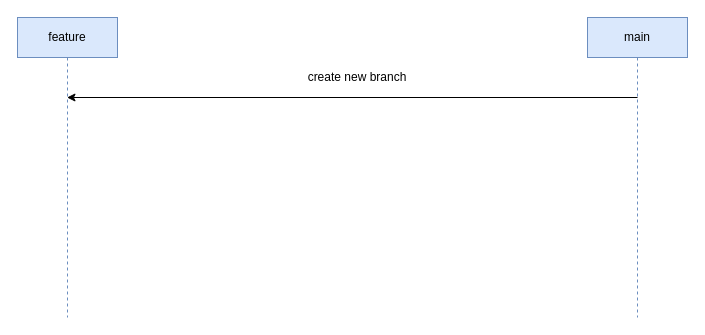
Above: Untitled Diagram.drawio in artemanpilogov/Public (draw.io), before the change. Source tidied: cells renumbered, new cells numbered last; positions are measured from the earlier drawing's top-left corner, leaving out a move shared by most shapes. Both pictures are drawn from the tidied source at 100%, with x=0, y=0 at pixel (17, 17).
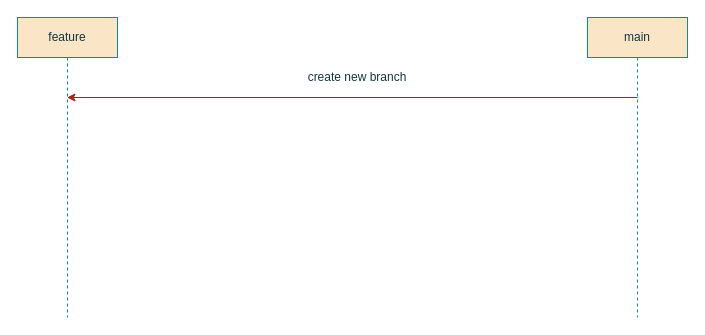
Above is the later version.

What changed in the source:
```diff
@@
 <mxGraphModel>
   <root>
     <mxCell id="0" />
     <mxCell id="1" parent="0" />
-    <mxCell id="2" value="feature" style="shape=umlLifeline;perimeter=lifelinePerimeter;whiteSpace=wrap;html=1;outlineConnect=0;portConstraint=eastwest;newEdgeStyle={&quot;edgeStyle&quot;:&quot;elbowEdgeStyle&quot;,&quot;elbow&quot;:&quot;vertical&quot;,&quot;curved&quot;:0,&quot;rounded&quot;:0};fillColor=#dae8fc;strokeColor=#6c8ebf;" parent="1" vertex="1">
+    <mxCell id="2" value="feature" style="shape=umlLifeline;perimeter=lifelinePerimeter;whiteSpace=wrap;html=1;outlineConnect=0;portConstraint=eastwest;newEdgeStyle={&quot;edgeStyle&quot;:&quot;elbowEdgeStyle&quot;,&quot;elbow&quot;:&quot;vertical&quot;,&quot;curved&quot;:0,&quot;rounded&quot;:0};fillColor=#FAE5C7;strokeColor=#0F8B8D;labelBackgroundColor=none;fontColor=#143642;" parent="1" vertex="1">
       <mxGeometry width="100" height="300" as="geometry" />
     </mxCell>
-    <mxCell id="3" value="main" style="shape=umlLifeline;perimeter=lifelinePerimeter;whiteSpace=wrap;html=1;newEdgeStyle={&quot;edgeStyle&quot;:&quot;elbowEdgeStyle&quot;,&quot;elbow&quot;:&quot;vertical&quot;,&quot;curved&quot;:0,&quot;rounded&quot;:0};fillColor=#dae8fc;strokeColor=#6c8ebf;" parent="1" vertex="1">
+    <mxCell id="3" value="main" style="shape=umlLifeline;perimeter=lifelinePerimeter;whiteSpace=wrap;html=1;newEdgeStyle={&quot;edgeStyle&quot;:&quot;elbowEdgeStyle&quot;,&quot;elbow&quot;:&quot;vertical&quot;,&quot;curved&quot;:0,&quot;rounded&quot;:0};fillColor=#FAE5C7;strokeColor=#0F8B8D;labelBackgroundColor=none;fontColor=#143642;" parent="1" vertex="1">
       <mxGeometry x="570" width="100" height="300" as="geometry" />
     </mxCell>
-    <mxCell id="4" style="endArrow=classic;html=1;rounded=0;" parent="1" edge="1" target="2">
+    <mxCell id="4" style="endArrow=classic;html=1;rounded=0;labelBackgroundColor=none;strokeColor=#A8201A;fontColor=default;" parent="1" edge="1" target="2">
       <mxGeometry relative="1" as="geometry">
         <mxPoint x="620" y="80" as="sourcePoint" />
       </mxGeometry>
     </mxCell>
-    <mxCell id="5" value="create new branch" style="text;strokeColor=none;align=center;fillColor=none;html=1;verticalAlign=middle;whiteSpace=wrap;rounded=0;" parent="1" vertex="1">
+    <mxCell id="5" value="create new branch" style="text;strokeColor=none;align=center;fillColor=none;html=1;verticalAlign=middle;whiteSpace=wrap;rounded=0;labelBackgroundColor=none;fontColor=#143642;" parent="1" vertex="1">
       <mxGeometry x="280" y="50" width="120" height="20" as="geometry" />
     </mxCell>
   </root>
 </mxGraphModel>
```
